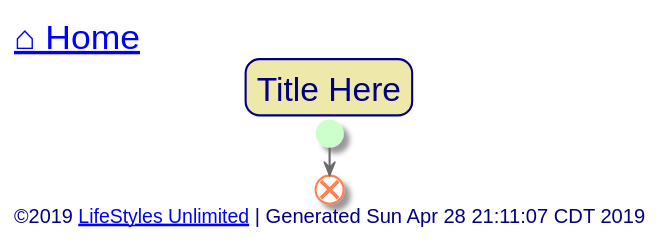
Before: out/src/common/name-here.svg, a diagram exported from PlantUML (toddmo/lifestylesunlimited).
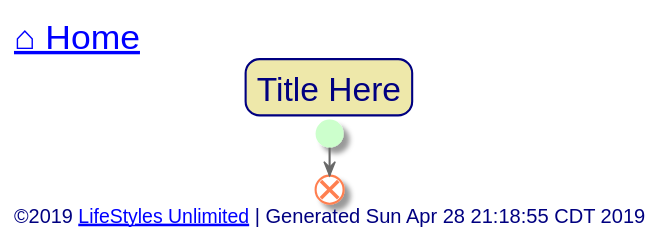
After the change.

What changed in the source:
```diff
@@ -87,7 +87,7 @@
 
 
 left footer
-	<font size=14>©2019 [[http://www.lifestylesunlimited.com LifeStyles Unlimited]] | Generated Sun Apr 28 21:11:07 CDT 2019</font>
+	<font size=14>©2019 [[http://www.lifestylesunlimited.com LifeStyles Unlimited]] | Generated Sun Apr 28 21:18:55 CDT 2019</font>
 endfooter
 
 
```
